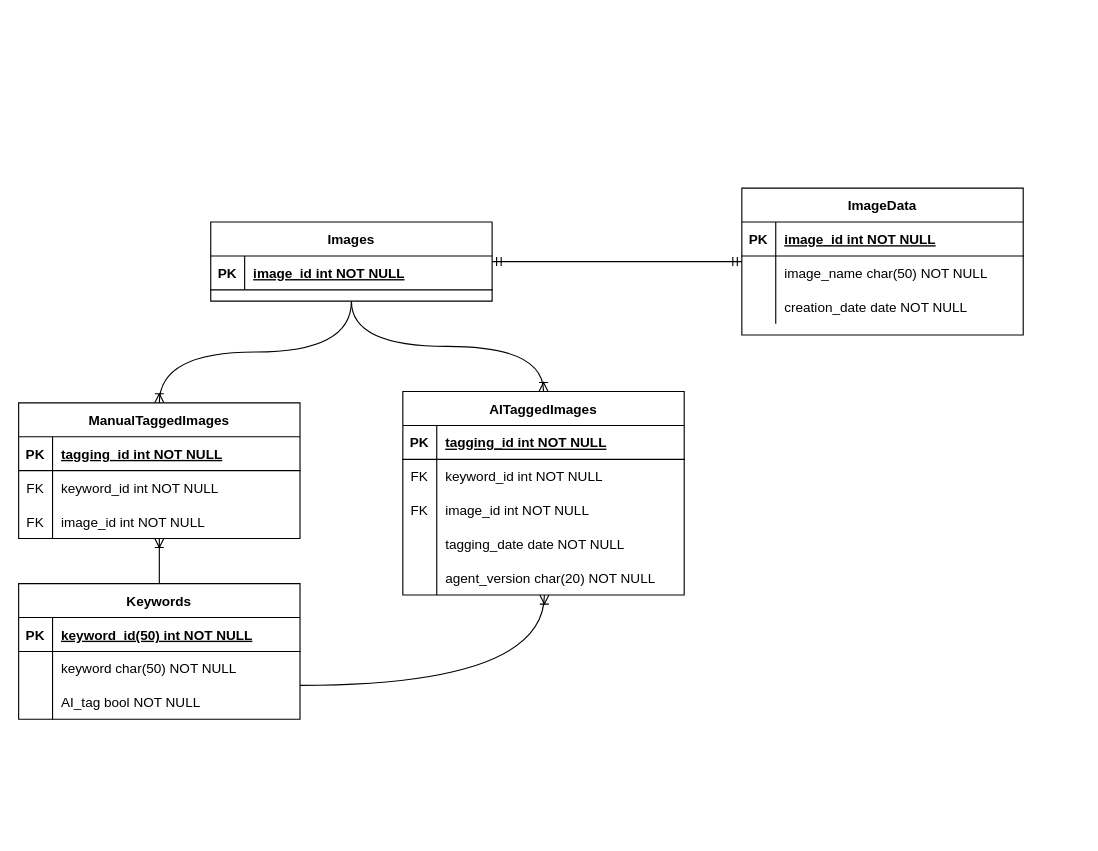
Above: docs/DB ERD 20241223.drawio in luismavs/ExposureStats (draw.io), before the change. Source tidied: cells renumbered, new cells numbered last; positions are measured from the earlier drawing's top-left corner, leaving out a move shared by most shapes. Both pictures are drawn from the tidied source at 113%, with x=0, y=0 at pixel (18, 188).
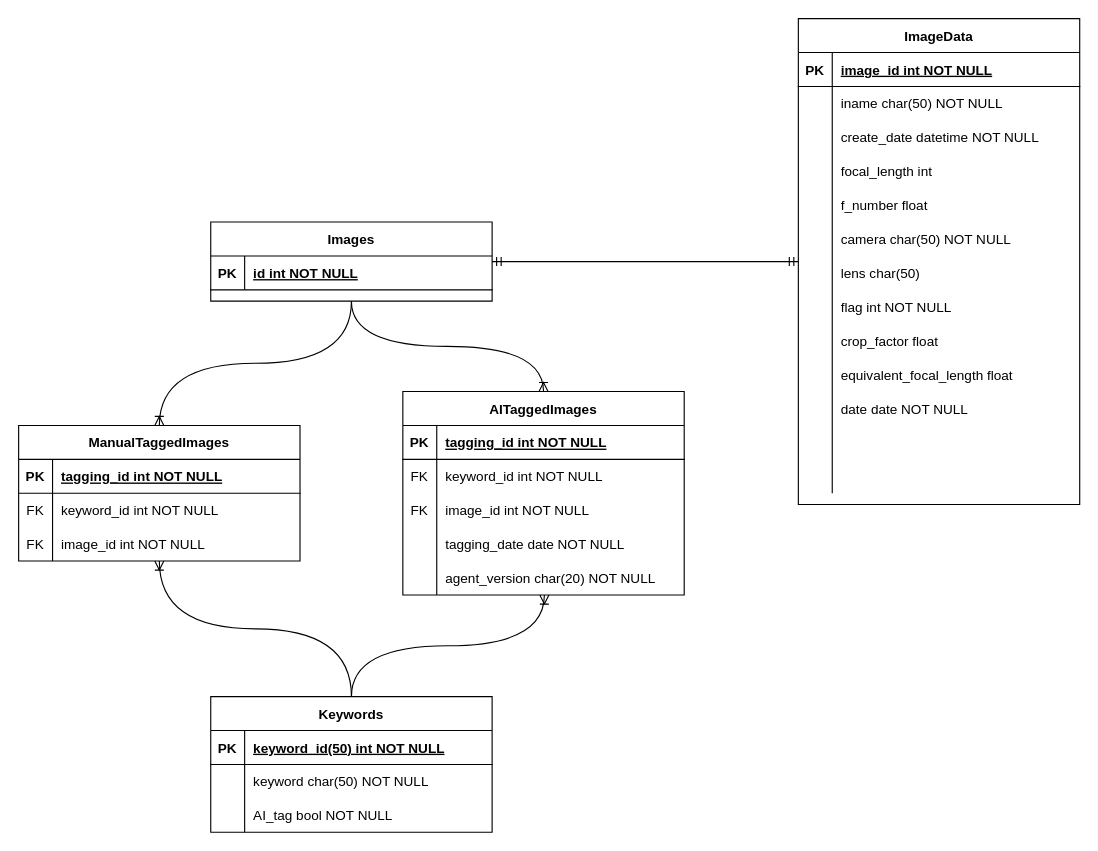
The same diagram, later.

Unchanged cells that the change refers to:
```xml
<mxCell id="3" style="shape=partialRectangle;fillColor=none;top=0;left=0;right=0;bottom=1;" parent="2" vertex="1">
  <mxGeometry y="30" width="249" height="30" as="geometry" />
</mxCell>
<mxCell id="31" style="shape=partialRectangle;fillColor=none;top=0;left=0;right=0;bottom=0;" parent="27" vertex="1">
  <mxGeometry y="60" width="249" height="30" as="geometry" />
</mxCell>
<mxCell id="34" style="shape=partialRectangle;fillColor=none;top=0;left=0;right=0;bottom=0;" parent="27" vertex="1">
  <mxGeometry y="90" width="249" height="30" as="geometry" />
</mxCell>
<mxCell id="51" style="shape=partialRectangle;fillColor=none;points=[[0,0.5],[1,0.5]];portConstraint=eastwest;top=0;left=0;right=0;bottom=0;" parent="38" vertex="1">
  <mxGeometry y="150" width="249" height="30" as="geometry" />
</mxCell>
```

The edit, as a diff of the source:
```diff
@@
-    <mxCell id="5" value="image_id int NOT NULL " style="shape=partialRectangle;overflow=hidden;fillColor=none;top=0;left=0;bottom=0;right=0;align=left;spacingLeft=6;fontStyle=5;" parent="3" vertex="1">
+    <mxCell id="5" value="id int NOT NULL " style="shape=partialRectangle;overflow=hidden;fillColor=none;top=0;left=0;bottom=0;right=0;align=left;spacingLeft=6;fontStyle=5;" parent="3" vertex="1">
       <mxGeometry x="30" width="219" height="30" as="geometry" />
     </mxCell>
     <mxCell id="6" value="Keywords" style="shape=table;startSize=30;childLayout=tableLayout;rowLines=0;fontStyle=1;align=center;" parent="1" vertex="1">
-      <mxGeometry y="350" width="249" height="120" as="geometry" />
+      <mxGeometry x="170" y="450" width="249" height="120" as="geometry" />
     </mxCell>
@@
     <mxCell id="16" value="ManualTaggedImages" style="shape=table;startSize=30;childLayout=tableLayout;rowLines=0;fontStyle=1;align=center;" parent="1" vertex="1">
-      <mxGeometry y="190" width="249" height="120" as="geometry" />
+      <mxGeometry y="210" width="249" height="120" as="geometry" />
     </mxCell>
@@
     <mxCell id="27" value="ImageData" style="shape=table;startSize=30;childLayout=tableLayout;rowLines=0;fontStyle=1;align=center;" parent="1" vertex="1">
-      <mxGeometry x="640" width="249" height="130" as="geometry" />
+      <mxGeometry x="690" y="-150" width="249" height="430" as="geometry" />
     </mxCell>
@@
-    <mxCell id="33" value="image_name char(50) NOT NULL" style="shape=partialRectangle;overflow=hidden;fillColor=none;top=0;left=0;bottom=0;right=0;align=left;spacingLeft=6;" parent="31" vertex="1">
+    <mxCell id="33" value="iname char(50) NOT NULL" style="shape=partialRectangle;overflow=hidden;fillColor=none;top=0;left=0;bottom=0;right=0;align=left;spacingLeft=6;" parent="31" vertex="1">
       <mxGeometry x="30" width="219" height="30" as="geometry" />
     </mxCell>
@@
-    <mxCell id="36" value="creation_date date NOT NULL" style="shape=partialRectangle;overflow=hidden;fillColor=none;top=0;left=0;bottom=0;right=0;align=left;spacingLeft=6;" parent="34" vertex="1">
+    <mxCell id="36" value="create_date datetime NOT NULL" style="shape=partialRectangle;overflow=hidden;fillColor=none;top=0;left=0;bottom=0;right=0;align=left;spacingLeft=6;" parent="34" vertex="1">
       <mxGeometry x="30" width="219" height="30" as="geometry" />
     </mxCell>
+    <mxCell id="57" style="shape=partialRectangle;fillColor=none;top=0;left=0;right=0;bottom=0;" parent="27" vertex="1">
+      <mxGeometry y="120" width="249" height="30" as="geometry" />
+    </mxCell>
+    <mxCell id="58" style="shape=partialRectangle;overflow=hidden;fillColor=none;top=0;left=0;bottom=0;right=0;" parent="57" vertex="1">
+      <mxGeometry width="30" height="30" as="geometry" />
+    </mxCell>
+    <mxCell id="59" value="focal_length int " style="shape=partialRectangle;overflow=hidden;fillColor=none;top=0;left=0;bottom=0;right=0;align=left;spacingLeft=6;" parent="57" vertex="1">
+      <mxGeometry x="30" width="219" height="30" as="geometry" />
+    </mxCell>
+    <mxCell id="60" style="shape=partialRectangle;fillColor=none;top=0;left=0;right=0;bottom=0;" parent="27" vertex="1">
+      <mxGeometry y="150" width="249" height="30" as="geometry" />
+    </mxCell>
+    <mxCell id="61" style="shape=partialRectangle;overflow=hidden;fillColor=none;top=0;left=0;bottom=0;right=0;" parent="60" vertex="1">
+      <mxGeometry width="30" height="30" as="geometry" />
+    </mxCell>
+    <mxCell id="62" value="f_number float " style="shape=partialRectangle;overflow=hidden;fillColor=none;top=0;left=0;bottom=0;right=0;align=left;spacingLeft=6;" parent="60" vertex="1">
+      <mxGeometry x="30" width="219" height="30" as="geometry" />
+    </mxCell>
+    <mxCell id="63" style="shape=partialRectangle;fillColor=none;top=0;left=0;right=0;bottom=0;" parent="27" vertex="1">
+      <mxGeometry y="180" width="249" height="30" as="geometry" />
+    </mxCell>
+    <mxCell id="64" style="shape=partialRectangle;overflow=hidden;fillColor=none;top=0;left=0;bottom=0;right=0;" parent="63" vertex="1">
+      <mxGeometry width="30" height="30" as="geometry" />
+    </mxCell>
+    <mxCell id="65" value="camera char(50) NOT NULL" style="shape=partialRectangle;overflow=hidden;fillColor=none;top=0;left=0;bottom=0;right=0;align=left;spacingLeft=6;" parent="63" vertex="1">
+      <mxGeometry x="30" width="219" height="30" as="geometry" />
+    </mxCell>
+    <mxCell id="66" style="shape=partialRectangle;fillColor=none;top=0;left=0;right=0;bottom=0;" parent="27" vertex="1">
+      <mxGeometry y="210" width="249" height="30" as="geometry" />
+    </mxCell>
+    <mxCell id="67" style="shape=partialRectangle;overflow=hidden;fillColor=none;top=0;left=0;bottom=0;right=0;" parent="66" vertex="1">
+      <mxGeometry width="30" height="30" as="geometry" />
+    </mxCell>
+    <mxCell id="68" value="lens char(50)" style="shape=partialRectangle;overflow=hidden;fillColor=none;top=0;left=0;bottom=0;right=0;align=left;spacingLeft=6;" parent="66" vertex="1">
+      <mxGeometry x="30" width="219" height="30" as="geometry" />
+    </mxCell>
+    <mxCell id="69" style="shape=partialRectangle;fillColor=none;top=0;left=0;right=0;bottom=0;" parent="27" vertex="1">
+      <mxGeometry y="240" width="249" height="30" as="geometry" />
+    </mxCell>
+    <mxCell id="70" style="shape=partialRectangle;overflow=hidden;fillColor=none;top=0;left=0;bottom=0;right=0;" parent="69" vertex="1">
+      <mxGeometry width="30" height="30" as="geometry" />
+    </mxCell>
+    <mxCell id="71" value="flag int NOT NULL" style="shape=partialRectangle;overflow=hidden;fillColor=none;top=0;left=0;bottom=0;right=0;align=left;spacingLeft=6;" parent="69" vertex="1">
+      <mxGeometry x="30" width="219" height="30" as="geometry" />
+    </mxCell>
+    <mxCell id="72" style="shape=partialRectangle;fillColor=none;top=0;left=0;right=0;bottom=0;" parent="27" vertex="1">
+      <mxGeometry y="270" width="249" height="30" as="geometry" />
+    </mxCell>
+    <mxCell id="73" style="shape=partialRectangle;overflow=hidden;fillColor=none;top=0;left=0;bottom=0;right=0;" parent="72" vertex="1">
+      <mxGeometry width="30" height="30" as="geometry" />
+    </mxCell>
+    <mxCell id="74" value="crop_factor float " style="shape=partialRectangle;overflow=hidden;fillColor=none;top=0;left=0;bottom=0;right=0;align=left;spacingLeft=6;" parent="72" vertex="1">
+      <mxGeometry x="30" width="219" height="30" as="geometry" />
+    </mxCell>
+    <mxCell id="75" style="shape=partialRectangle;fillColor=none;top=0;left=0;right=0;bottom=0;" parent="27" vertex="1">
+      <mxGeometry y="300" width="249" height="30" as="geometry" />
+    </mxCell>
+    <mxCell id="76" style="shape=partialRectangle;overflow=hidden;fillColor=none;top=0;left=0;bottom=0;right=0;" parent="75" vertex="1">
+      <mxGeometry width="30" height="30" as="geometry" />
+    </mxCell>
+    <mxCell id="77" value="equivalent_focal_length float " style="shape=partialRectangle;overflow=hidden;fillColor=none;top=0;left=0;bottom=0;right=0;align=left;spacingLeft=6;" parent="75" vertex="1">
+      <mxGeometry x="30" width="219" height="30" as="geometry" />
+    </mxCell>
+    <mxCell id="78" style="shape=partialRectangle;fillColor=none;top=0;left=0;right=0;bottom=0;" parent="27" vertex="1">
+      <mxGeometry y="330" width="249" height="30" as="geometry" />
+    </mxCell>
+    <mxCell id="79" style="shape=partialRectangle;overflow=hidden;fillColor=none;top=0;left=0;bottom=0;right=0;" parent="78" vertex="1">
+      <mxGeometry width="30" height="30" as="geometry" />
+    </mxCell>
+    <mxCell id="80" value="date date NOT NULL" style="shape=partialRectangle;overflow=hidden;fillColor=none;top=0;left=0;bottom=0;right=0;align=left;spacingLeft=6;" parent="78" vertex="1">
+      <mxGeometry x="30" width="219" height="30" as="geometry" />
+    </mxCell>
+    <mxCell id="81" style="shape=partialRectangle;fillColor=none;top=0;left=0;right=0;bottom=0;" parent="27" vertex="1">
+      <mxGeometry y="360" width="249" height="30" as="geometry" />
+    </mxCell>
+    <mxCell id="82" style="shape=partialRectangle;overflow=hidden;fillColor=none;top=0;left=0;bottom=0;right=0;" parent="81" vertex="1">
+      <mxGeometry width="30" height="30" as="geometry" />
+    </mxCell>
+    <mxCell id="83" style="shape=partialRectangle;overflow=hidden;fillColor=none;top=0;left=0;bottom=0;right=0;align=left;spacingLeft=6;" parent="81" vertex="1">
+      <mxGeometry x="30" width="219" height="30" as="geometry" />
+    </mxCell>
+    <mxCell id="84" style="shape=partialRectangle;fillColor=none;top=0;left=0;right=0;bottom=0;" parent="27" vertex="1">
+      <mxGeometry y="390" width="249" height="30" as="geometry" />
+    </mxCell>
+    <mxCell id="85" style="shape=partialRectangle;overflow=hidden;fillColor=none;top=0;left=0;bottom=0;right=0;" parent="84" vertex="1">
+      <mxGeometry width="30" height="30" as="geometry" />
+    </mxCell>
+    <mxCell id="86" style="shape=partialRectangle;overflow=hidden;fillColor=none;top=0;left=0;bottom=0;right=0;align=left;spacingLeft=6;" parent="84" vertex="1">
+      <mxGeometry x="30" width="219" height="30" as="geometry" />
+    </mxCell>
@@
-    <mxCell id="56" style="edgeStyle=orthogonalEdgeStyle;fontSize=12;html=1;endArrow=ERoneToMany;rounded=0;curved=1;entryX=0.503;entryY=1.003;entryDx=0;entryDy=0;exitX=1;exitY=0.75;exitDx=0;exitDy=0;entryPerimeter=0;" parent="1" edge="1" source="6" target="51">
+    <mxCell id="56" style="edgeStyle=orthogonalEdgeStyle;fontSize=12;html=1;endArrow=ERoneToMany;rounded=0;curved=1;entryX=0.503;entryY=1.003;entryDx=0;entryDy=0;entryPerimeter=0;" parent="1" edge="1" source="6" target="51">
       <mxGeometry relative="1" as="geometry" />
     </mxCell>
```
